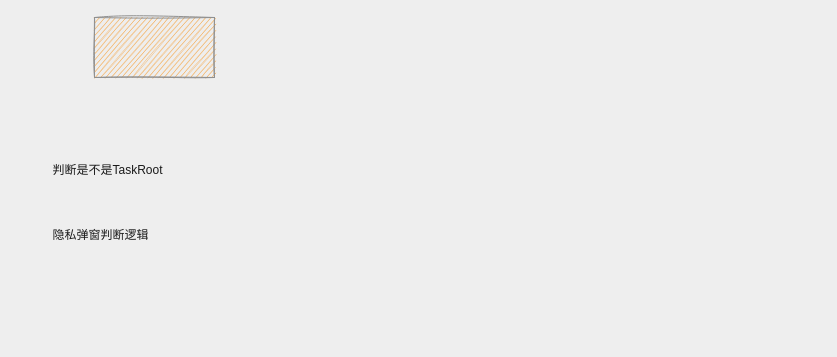
This is page "在微博" (1 of 2) of Untitled Diagram.drawio from weihongwei0586/test, a draw.io file, before an edit. Source tidied: cells renumbered, new cells numbered last; positions are measured from the earlier drawing's top-left corner, leaving out a move shared by most shapes. Both pictures are drawn from the tidied source at 100%, with x=0, y=0 at pixel (43, 17).
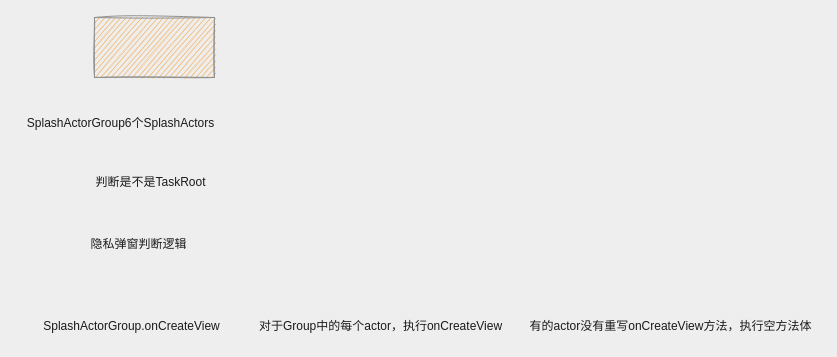
Above is the later version.

Change to the diagram source:
```diff
@@
 <mxGraphModel background="#EEEEEE">
   <root>
     <mxCell id="0" />
     <mxCell id="1" parent="0" />
     <mxCell id="2" style="rounded=0;whiteSpace=wrap;html=1;sketch=1;fillColor=#F5AB50;strokeColor=#909090;fontColor=#1A1A1A;" parent="1" vertex="1">
       <mxGeometry x="51" width="120" height="60" as="geometry" />
     </mxCell>
     <mxCell id="3" value="判断是不是TaskRoot" style="text;html=1;align=center;verticalAlign=middle;strokeColor=none;fillColor=none;fontColor=#1A1A1A;" parent="1" vertex="1">
-      <mxGeometry y="140" width="128" height="26" as="geometry" />
+      <mxGeometry x="43" y="152" width="128" height="26" as="geometry" />
     </mxCell>
     <mxCell id="4" value="隐私弹窗判断逻辑" style="text;html=1;align=center;verticalAlign=middle;strokeColor=none;fillColor=none;fontColor=#1A1A1A;" parent="1" vertex="1">
-      <mxGeometry y="205" width="114" height="26" as="geometry" />
+      <mxGeometry x="38" y="214" width="114" height="26" as="geometry" />
     </mxCell>
+    <mxCell id="5" value="SplashActorGroup6个SplashActors" style="text;html=1;align=center;verticalAlign=middle;strokeColor=none;fillColor=none;fontColor=#1A1A1A;" parent="1" vertex="1">
+      <mxGeometry x="-26" y="93" width="205" height="26" as="geometry" />
+    </mxCell>
+    <mxCell id="6" value="SplashActorGroup.onCreateView" style="text;html=1;align=center;verticalAlign=middle;strokeColor=none;fillColor=none;fontColor=#1A1A1A;" parent="1" vertex="1">
+      <mxGeometry x="-10" y="296" width="195" height="26" as="geometry" />
+    </mxCell>
+    <mxCell id="7" value="对于Group中的每个actor，执行onCreateView" style="text;html=1;align=center;verticalAlign=middle;strokeColor=none;fillColor=none;fontColor=#1A1A1A;" parent="1" vertex="1">
+      <mxGeometry x="206" y="296" width="261" height="26" as="geometry" />
+    </mxCell>
+    <mxCell id="8" value="有的actor没有重写onCreateView方法，执行空方法体" style="text;html=1;align=center;verticalAlign=middle;strokeColor=none;fillColor=none;fontColor=#1A1A1A;" parent="1" vertex="1">
+      <mxGeometry x="477" y="296" width="300" height="26" as="geometry" />
+    </mxCell>
   </root>
 </mxGraphModel>
```
